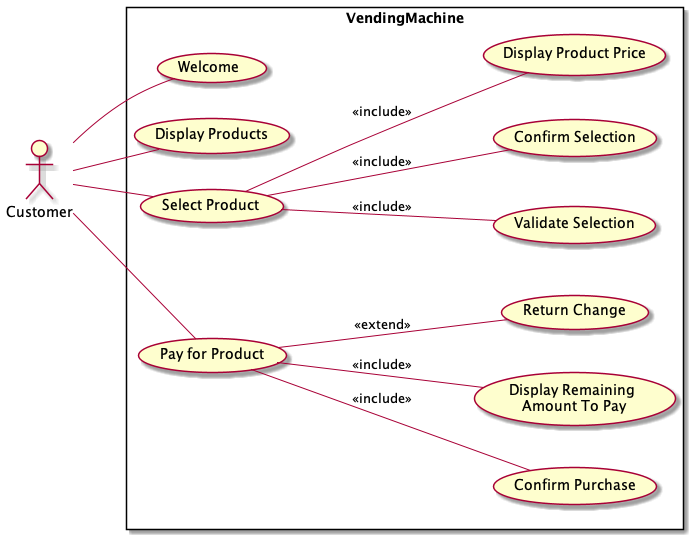
Earlier version of the PlantUML export UML/Use Case Diagrams/VendingMachine Simplified.png (cjrobbertse/BFC-OOP-A2-VendingMachine). Its diagram source:
```plantuml
@startuml

left to right direction

:Customer:

rectangle VendingMachine {
    (Welcome)
    (Display Products)
    (Select Product)
    (Pay for Product)
    (Confirm Purchase)
    (Validate Selection)
    (Confirm Selection)
    (Display Product Price)
    (Display Remaining\n Amount To Pay)
    (Return Change)
}

Customer -- (Welcome)
Customer -- (Display Products)
Customer -- (Select Product)
Customer -- (Pay for Product)

(Select Product) -- (Validate Selection) : <<include>>
(Select Product) -- (Confirm Selection) : <<include>>
(Select Product) -- (Display Product Price) : <<include>>

(Pay for Product) -- (Display Remaining\n Amount To Pay) : <<include>>
(Pay for Product) -- (Return Change) : <<extend>>
(Pay for Product) -- (Confirm Purchase) : <<include>>


@enduml
```
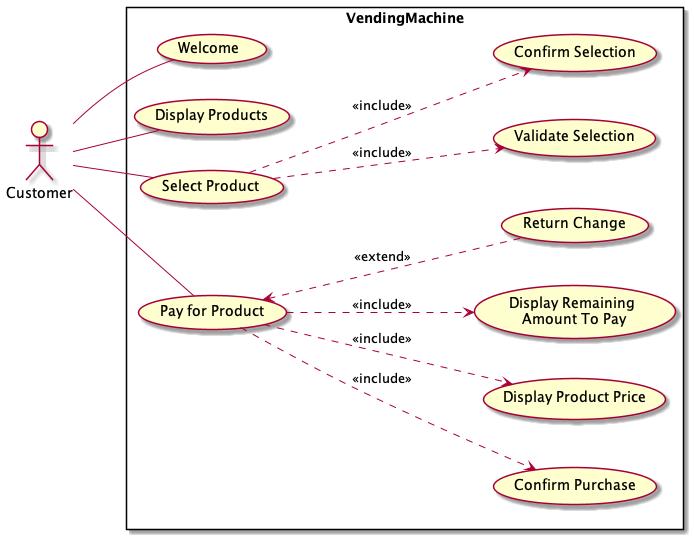
The same file after the commit.

Commit message:
VendingMachine Simplified png

Diff of the diagram source:
```diff
@@ -22,13 +22,13 @@
 Customer -- (Select Product)
 Customer -- (Pay for Product)
 
-(Select Product) -- (Validate Selection) : <<include>>
-(Select Product) -- (Confirm Selection) : <<include>>
-(Select Product) -- (Display Product Price) : <<include>>
+(Select Product) ..> (Validate Selection) : <<include>>
+(Select Product) ..> (Confirm Selection) : <<include>>
 
-(Pay for Product) -- (Display Remaining\n Amount To Pay) : <<include>>
-(Pay for Product) -- (Return Change) : <<extend>>
-(Pay for Product) -- (Confirm Purchase) : <<include>>
+(Pay for Product) ..> (Display Product Price) : <<include>>
+(Pay for Product) ..> (Display Remaining\n Amount To Pay) : <<include>>
+(Pay for Product) <.. (Return Change) : <<extend>>
+(Pay for Product) ..> (Confirm Purchase) : <<include>>
 
 
 @enduml
```
